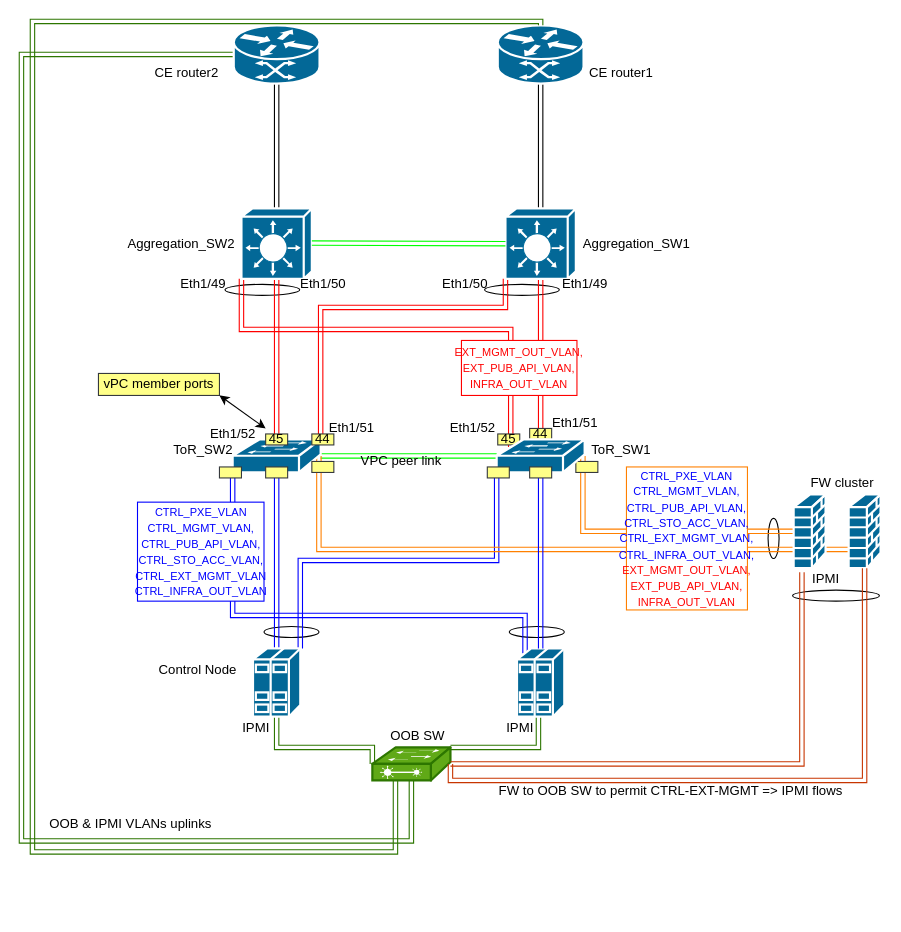
This is LLD_OPC_OJO_dual-side_ToR_vPC.drawio from bogdanadrian-burciu/diagrams-net, a draw.io file, before an edit. Source tidied: cells renumbered, new cells numbered last; positions are measured from the earlier drawing's top-left corner, leaving out a move shared by most shapes. Both pictures are drawn from the tidied source at 110%, with x=0, y=0 at pixel (21, 21).
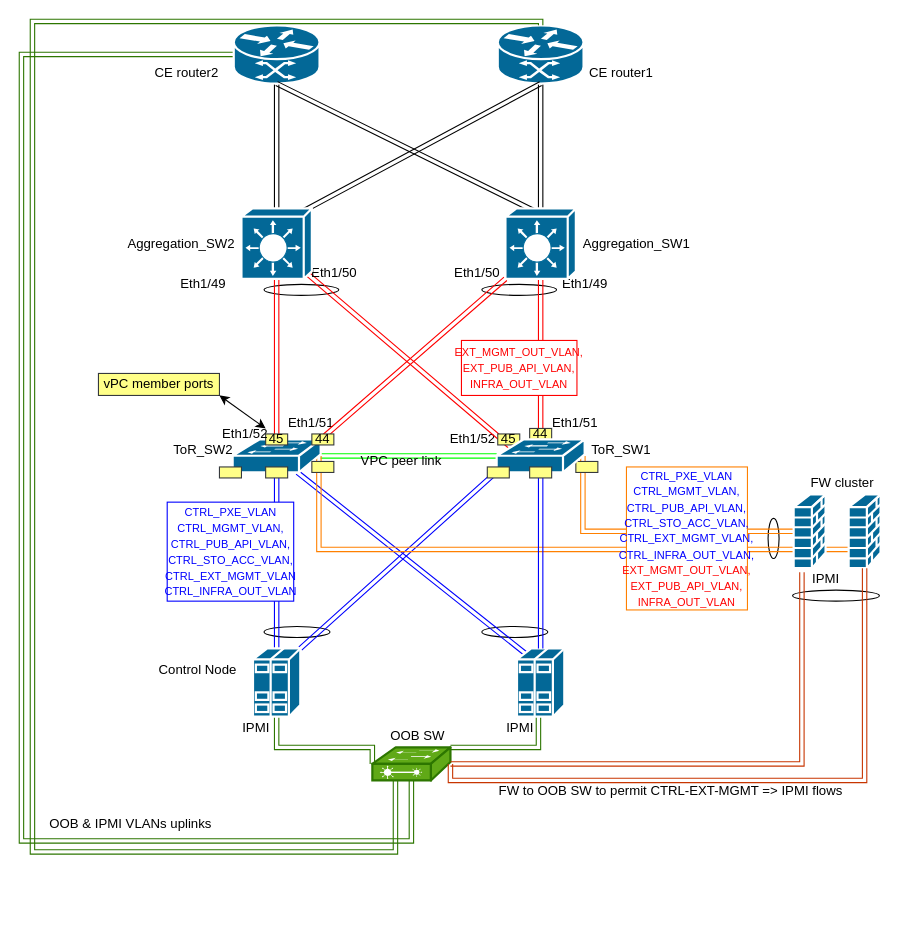
The same diagram, later.

Unchanged cells that the change refers to:
```xml
<mxCell id="14" style="shape=mxgraph.cisco.servers.standard_host;html=1;dashed=0;fillColor=#036897;strokeColor=#ffffff;strokeWidth=2;verticalLabelPosition=bottom;verticalAlign=top;align=center;outlineConnect=0;" parent="1" vertex="1">
  <mxGeometry x="210.5" y="570" width="43" height="62" as="geometry" />
</mxCell>
<mxCell id="18" style="shape=mxgraph.cisco.servers.standard_host;html=1;dashed=0;fillColor=#036897;strokeColor=#ffffff;strokeWidth=2;verticalLabelPosition=bottom;verticalAlign=top;align=center;outlineConnect=0;" parent="1" vertex="1">
  <mxGeometry x="450.5" y="570" width="43" height="62" as="geometry" />
</mxCell>
<mxCell id="50" style="shape=mxgraph.cisco.routers.atm_router;html=1;dashed=0;fillColor=#036897;strokeColor=#ffffff;strokeWidth=2;verticalLabelPosition=bottom;verticalAlign=top;align=center;outlineConnect=0;" parent="1" vertex="1">
  <mxGeometry x="193" y="3.5" width="78" height="53" as="geometry" />
</mxCell>
<mxCell id="51" style="shape=mxgraph.cisco.routers.atm_router;html=1;dashed=0;fillColor=#036897;strokeColor=#ffffff;strokeWidth=2;verticalLabelPosition=bottom;verticalAlign=top;align=center;outlineConnect=0;" parent="1" vertex="1">
  <mxGeometry x="433" y="3.5" width="78" height="53" as="geometry" />
</mxCell>
<mxCell id="59" style="shape=mxgraph.cisco.switches.workgroup_switch;html=1;dashed=0;fillColor=#036897;strokeColor=#ffffff;strokeWidth=2;verticalLabelPosition=bottom;verticalAlign=top;align=center;outlineConnect=0;" parent="1" vertex="1">
  <mxGeometry x="192" y="380" width="80" height="30" as="geometry" />
</mxCell>
<mxCell id="78" style="shape=mxgraph.cisco.switches.workgroup_switch;html=1;dashed=0;fillColor=#036897;strokeColor=#ffffff;strokeWidth=2;verticalLabelPosition=bottom;verticalAlign=top;align=center;outlineConnect=0;" parent="1" vertex="1">
  <mxGeometry x="432" y="380" width="80" height="30" as="geometry" />
</mxCell>
```

What changed in the source:
```diff
@@
+    <mxCell id="81" style="ellipse;whiteSpace=wrap;html=1;" parent="1" vertex="1">
+      <mxGeometry x="220.5" y="550" width="60" height="10" as="geometry" />
+    </mxCell>
+    <mxCell id="10" style="ellipse;whiteSpace=wrap;html=1;" parent="1" vertex="1">
+      <mxGeometry x="418.5" y="550" width="60" height="10" as="geometry" />
+    </mxCell>
     <mxCell id="2" value="Eth1/52" style="text;html=1;align=center;verticalAlign=middle;" parent="1" vertex="1">
-      <mxGeometry x="380" y="360" width="60" height="20" as="geometry" />
+      <mxGeometry x="380" y="370" width="60" height="20" as="geometry" />
     </mxCell>
@@
     <mxCell id="4" value="Eth1/51" style="text;html=1;align=center;verticalAlign=middle;" parent="1" vertex="1">
-      <mxGeometry x="270" y="360" width="60" height="20" as="geometry" />
+      <mxGeometry x="233" y="355" width="60" height="20" as="geometry" />
     </mxCell>
@@
     <mxCell id="7" style="ellipse;whiteSpace=wrap;html=1;" parent="1" vertex="1">
-      <mxGeometry x="421" y="239" width="68" height="10" as="geometry" />
+      <mxGeometry x="418.5" y="239" width="68" height="10" as="geometry" />
     </mxCell>
     <mxCell id="8" style="ellipse;whiteSpace=wrap;html=1;" parent="1" vertex="1">
-      <mxGeometry x="185" y="239" width="68" height="10" as="geometry" />
+      <mxGeometry x="220.5" y="239" width="68" height="10" as="geometry" />
     </mxCell>
-    <mxCell id="9" style="ellipse;whiteSpace=wrap;html=1;" parent="1" vertex="1">
-      <mxGeometry x="220.5" y="550" width="50" height="10" as="geometry" />
-    </mxCell>
-    <mxCell id="10" style="ellipse;whiteSpace=wrap;html=1;" parent="1" vertex="1">
-      <mxGeometry x="443.5" y="550" width="50" height="10" as="geometry" />
-    </mxCell>
@@
-    <mxCell id="12" style="edgeStyle=orthogonalEdgeStyle;rounded=0;jettySize=auto;html=1;exitX=1;exitY=0;exitDx=0;exitDy=0;exitPerimeter=0;entryX=0;entryY=0.98;entryDx=0;entryDy=0;entryPerimeter=0;shape=link;strokeColor=#0000FF;" parent="1" edge="1" source="14" target="78">
+    <mxCell id="12" style="rounded=0;jettySize=auto;html=1;exitX=1;exitY=0;exitDx=0;exitDy=0;exitPerimeter=0;entryX=0;entryY=0.98;entryDx=0;entryDy=0;entryPerimeter=0;shape=link;strokeColor=#0000FF;" parent="1" edge="1" source="14" target="78">
       <mxGeometry relative="1" as="geometry" />
     </mxCell>
@@
-    <mxCell id="15" style="edgeStyle=orthogonalEdgeStyle;rounded=0;jettySize=auto;html=1;exitX=0.17;exitY=0.07;exitDx=0;exitDy=0;exitPerimeter=0;entryX=0;entryY=0.98;entryDx=0;entryDy=0;entryPerimeter=0;shape=link;strokeColor=#0000FF;" parent="1" edge="1" source="18" target="59">
-      <mxGeometry relative="1" as="geometry">
-        <Array as="points">
-          <mxPoint x="458" y="540" />
-          <mxPoint x="192" y="540" />
-        </Array>
-      </mxGeometry>
+    <mxCell id="15" style="rounded=0;jettySize=auto;html=1;exitX=0.17;exitY=0.07;exitDx=0;exitDy=0;exitPerimeter=0;shape=link;strokeColor=#0000FF;" parent="1" edge="1" source="18" target="59">
+      <mxGeometry relative="1" as="geometry" />
     </mxCell>
@@
-    <mxCell id="20" style="edgeStyle=orthogonalEdgeStyle;shape=link;rounded=0;jettySize=auto;html=1;exitX=1;exitY=0;exitDx=0;exitDy=0;exitPerimeter=0;entryX=0;entryY=1;entryDx=0;entryDy=0;entryPerimeter=0;strokeColor=#FF0000;" parent="1" edge="1" source="59" target="31">
-      <mxGeometry relative="1" as="geometry">
-        <Array as="points">
-          <mxPoint x="272" y="260" />
-          <mxPoint x="440" y="260" />
-        </Array>
-      </mxGeometry>
+    <mxCell id="20" style="shape=link;rounded=0;jettySize=auto;html=1;exitX=1;exitY=0;exitDx=0;exitDy=0;exitPerimeter=0;entryX=0;entryY=1;entryDx=0;entryDy=0;entryPerimeter=0;strokeColor=#FF0000;" parent="1" edge="1" source="59" target="31">
+      <mxGeometry relative="1" as="geometry" />
     </mxCell>
@@
-    <mxCell id="23" style="edgeStyle=orthogonalEdgeStyle;shape=link;rounded=0;jettySize=auto;html=1;exitX=0.16;exitY=0.23;exitDx=0;exitDy=0;exitPerimeter=0;entryX=0;entryY=1;entryDx=0;entryDy=0;entryPerimeter=0;strokeColor=#FF0000;" parent="1" edge="1" source="78" target="29">
-      <mxGeometry relative="1" as="geometry">
-        <Array as="points">
-          <mxPoint x="445" y="280" />
-          <mxPoint x="200" y="280" />
-        </Array>
-      </mxGeometry>
+    <mxCell id="23" style="shape=link;rounded=0;jettySize=auto;html=1;exitX=0.16;exitY=0.23;exitDx=0;exitDy=0;exitPerimeter=0;entryX=0.95;entryY=0.94;entryDx=0;entryDy=0;entryPerimeter=0;strokeColor=#FF0000;" parent="1" edge="1" source="78" target="29">
+      <mxGeometry relative="1" as="geometry" />
     </mxCell>
@@
-    <mxCell id="29" style="shape=mxgraph.cisco.switches.layer_3_switch;html=1;dashed=0;fillColor=#036897;strokeColor=#ffffff;strokeWidth=2;verticalLabelPosition=bottom;verticalAlign=top;align=center;outlineConnect=0;" parent="1" vertex="1">
-      <mxGeometry x="200" y="170" width="64" height="64" as="geometry" />
-    </mxCell>
@@
-    <mxCell id="31" style="shape=mxgraph.cisco.switches.layer_3_switch;html=1;dashed=0;fillColor=#036897;strokeColor=#ffffff;strokeWidth=2;verticalLabelPosition=bottom;verticalAlign=top;align=center;outlineConnect=0;" parent="1" vertex="1">
-      <mxGeometry x="440" y="170" width="64" height="64" as="geometry" />
-    </mxCell>
@@
-    <mxCell id="39" style="edgeStyle=orthogonalEdgeStyle;shape=link;rounded=0;jettySize=auto;html=1;entryX=0;entryY=0.5;entryDx=0;entryDy=0;entryPerimeter=0;strokeColor=#00FF00;" parent="1" edge="1" target="31">
-      <mxGeometry relative="1" as="geometry">
-        <mxPoint x="264" y="201.5" as="sourcePoint" />
-      </mxGeometry>
-    </mxCell>
     <mxCell id="40" value="&lt;span style=&quot;font-family: &amp;#34;calibri&amp;#34; , sans-serif ; text-transform: uppercase&quot;&gt;&lt;font style=&quot;font-size: 10px&quot; color=&quot;#0000ff&quot;&gt;CTRL_PXE_VLAN&lt;br&gt;ctrl_mgmt_vlan, ctrl_pub_api_vlan,&lt;br&gt;ctrl_sto_acc_vlan, CTRL_ext_mgmt_vlan&lt;br&gt;CTRL_INFRA_OUT_VLAN&lt;br&gt;&lt;/font&gt;&lt;/span&gt;" style="whiteSpace=wrap;html=1;strokeColor=#0000FF;" parent="1" vertex="1">
-      <mxGeometry x="105.5" y="437" width="115" height="90" as="geometry" />
+      <mxGeometry x="132.5" y="437" width="115" height="90" as="geometry" />
     </mxCell>
@@
     <mxCell id="75" value="Eth1/50" style="text;html=1;align=center;verticalAlign=middle;" parent="1" vertex="1">
-      <mxGeometry x="373" y="229" width="60" height="20" as="geometry" />
+      <mxGeometry x="383.5" y="219" width="60" height="20" as="geometry" />
     </mxCell>
     <mxCell id="76" value="Eth1/50" style="text;html=1;align=center;verticalAlign=middle;" parent="1" vertex="1">
-      <mxGeometry x="244" y="229" width="60" height="20" as="geometry" />
+      <mxGeometry x="253.5" y="219" width="60" height="20" as="geometry" />
     </mxCell>
     <mxCell id="77" value="Eth1/52" style="text;html=1;align=center;verticalAlign=middle;" parent="1" vertex="1">
-      <mxGeometry x="162" y="365" width="60" height="20" as="geometry" />
+      <mxGeometry x="173" y="365" width="60" height="20" as="geometry" />
     </mxCell>
@@
+    <mxCell id="82" style="shape=link;rounded=0;jettySize=auto;html=1;exitX=0.5;exitY=0;exitDx=0;exitDy=0;exitPerimeter=0;entryX=0.5;entryY=1;entryDx=0;entryDy=0;entryPerimeter=0;" parent="1" edge="1" target="51">
+      <mxGeometry relative="1" as="geometry">
+        <mxPoint x="242" y="180" as="sourcePoint" />
+      </mxGeometry>
+    </mxCell>
+    <mxCell id="83" style="shape=link;rounded=0;jettySize=auto;html=1;exitX=0.5;exitY=0;exitDx=0;exitDy=0;exitPerimeter=0;entryX=0.5;entryY=1;entryDx=0;entryDy=0;entryPerimeter=0;" parent="1" edge="1" target="50">
+      <mxGeometry relative="1" as="geometry">
+        <mxPoint x="482" y="180" as="sourcePoint" />
+      </mxGeometry>
+    </mxCell>
+    <mxCell id="29" style="shape=mxgraph.cisco.switches.layer_3_switch;html=1;dashed=0;fillColor=#036897;strokeColor=#ffffff;strokeWidth=2;verticalLabelPosition=bottom;verticalAlign=top;align=center;outlineConnect=0;" parent="1" vertex="1">
+      <mxGeometry x="200" y="170" width="64" height="64" as="geometry" />
+    </mxCell>
+    <mxCell id="31" style="shape=mxgraph.cisco.switches.layer_3_switch;html=1;dashed=0;fillColor=#036897;strokeColor=#ffffff;strokeWidth=2;verticalLabelPosition=bottom;verticalAlign=top;align=center;outlineConnect=0;" parent="1" vertex="1">
+      <mxGeometry x="440" y="170" width="64" height="64" as="geometry" />
+    </mxCell>
```
